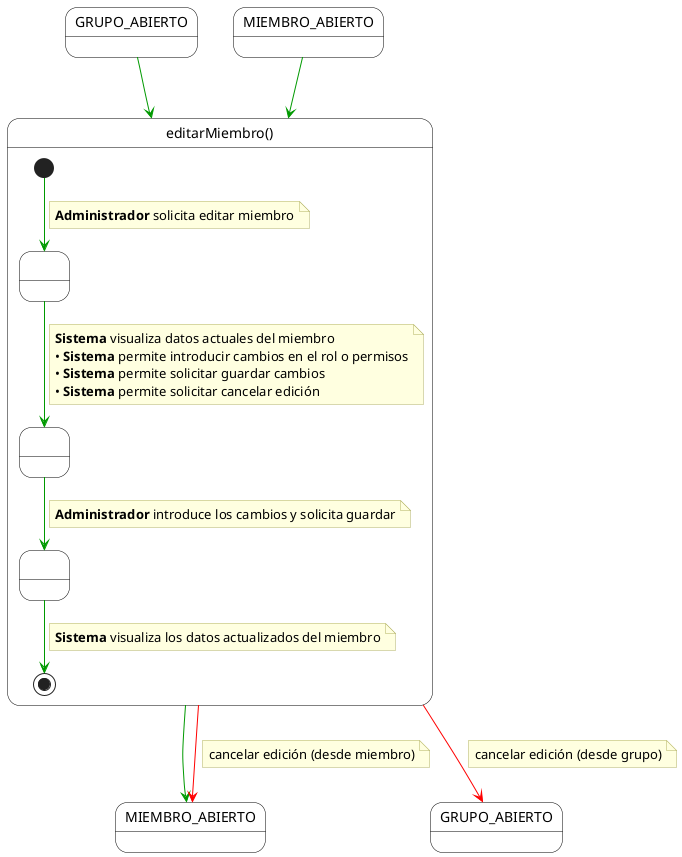
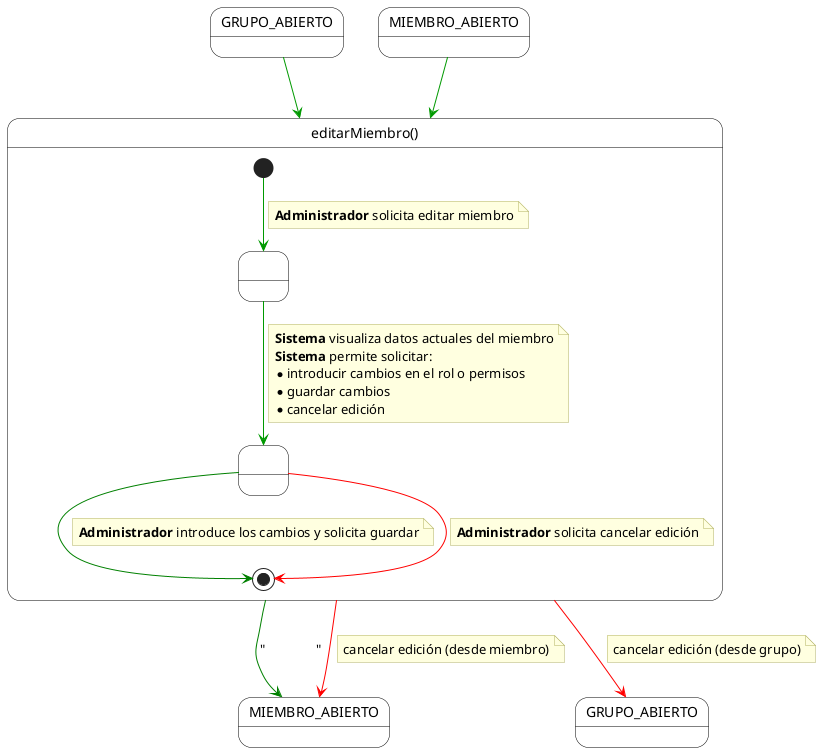
@startuml editarMiembro
skinparam monochrome false
skinparam shadow false
top to bottom direction

skinparam state {
    BackgroundColor White
    BorderColor Black
    ArrowColor #009900
    StartColor Black
    EndColor Black
}

skinparam note {
    BackgroundColor #FFFFE0
    BorderColor #B0B060
    FontName Arial
}

state "GRUPO_ABIERTO" as EntradaGrupo
state "MIEMBRO_ABIERTO" as EntradaMiembro

state "editarMiembro()" as MainBlock {

-     state " " as Paso1
-     state " " as Paso2
-     state " " as Paso3
+     state " " as EstadoVisualizacion
+     state " " as EstadoDecision

-     [*] --> Paso1
+     [*] --> EstadoVisualizacion
    note on link
        **Administrador** solicita editar miembro
    end note

-     Paso1 --> Paso2
+     EstadoVisualizacion --> EstadoDecision
    note on link
        **Sistema** visualiza datos actuales del miembro
-         • **Sistema** permite introducir cambios en el rol o permisos
-         • **Sistema** permite solicitar guardar cambios
-         • **Sistema** permite solicitar cancelar edición
+         **Sistema** permite solicitar:
+         * introducir cambios en el rol o permisos
+         * guardar cambios
+         * cancelar edición
    end note

-     Paso2 --> Paso3
+     EstadoDecision -[#green]down-> [*]
    note on link
        **Administrador** introduce los cambios y solicita guardar
    end note

-     Paso3 --> [*]
+     EstadoDecision -[#red]down-> [*]
    note on link
-         **Sistema** visualiza los datos actualizados del miembro
+         **Administrador** solicita cancelar edición
    end note
}

state "MIEMBRO_ABIERTO" as FinMiembro
state "GRUPO_ABIERTO" as FinGrupo

EntradaGrupo --> MainBlock
EntradaMiembro --> MainBlock

- MainBlock -[#009900]-> FinMiembro
+ MainBlock -[#green]-> FinMiembro : "               "

MainBlock -[#red]down-> FinMiembro
note on link
    cancelar edición (desde miembro)
end note

MainBlock -[#red]down-> FinGrupo
note on link
    cancelar edición (desde grupo)
end note

@enduml